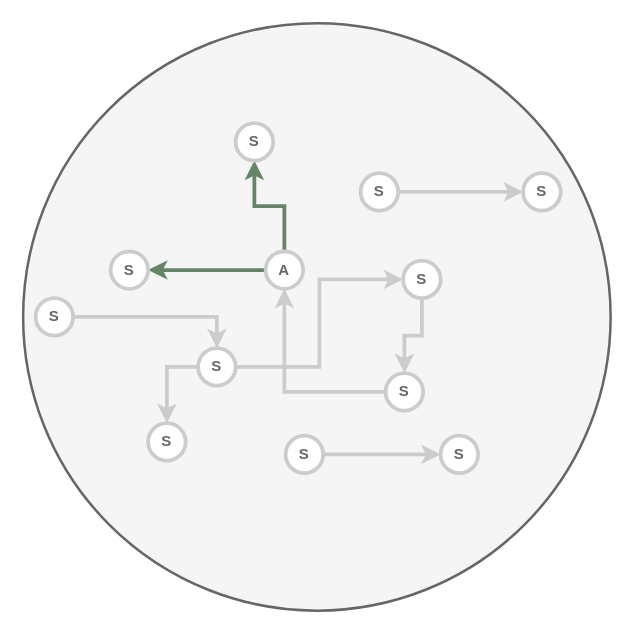
Before: page "Page-3" (3 of 5) of Business_Process2.drawio in maximilian-mintchev/Diagrams, a draw.io diagram. Source tidied: cells renumbered, new cells numbered last; positions are measured from the earlier drawing's top-left corner, leaving out a move shared by most shapes. Both pictures are drawn from the tidied source at 125%, with x=0, y=0 at pixel (22, 22).
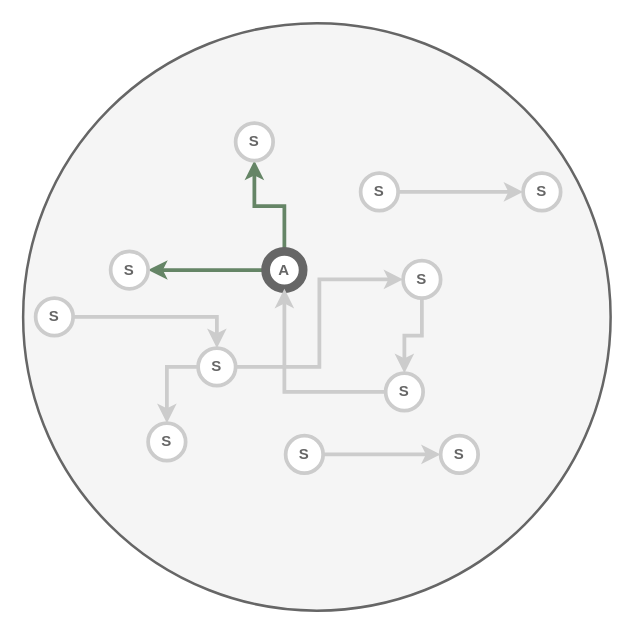
The same diagram, later.

Change to the diagram source:
```diff
@@
-    <mxCell id="5" value="&lt;font color=&quot;#666666&quot;&gt;&lt;b&gt;A&lt;/b&gt;&lt;/font&gt;" style="ellipse;whiteSpace=wrap;html=1;strokeWidth=3;strokeColor=#CCCCCC;" parent="1" vertex="1">
+    <mxCell id="5" value="&lt;font color=&quot;#666666&quot;&gt;&lt;b&gt;A&lt;/b&gt;&lt;/font&gt;" style="ellipse;whiteSpace=wrap;html=1;strokeWidth=7;strokeColor=#666666;" parent="1" vertex="1">
       <mxGeometry x="194" y="182.5" width="30" height="30" as="geometry" />
     </mxCell>
```
